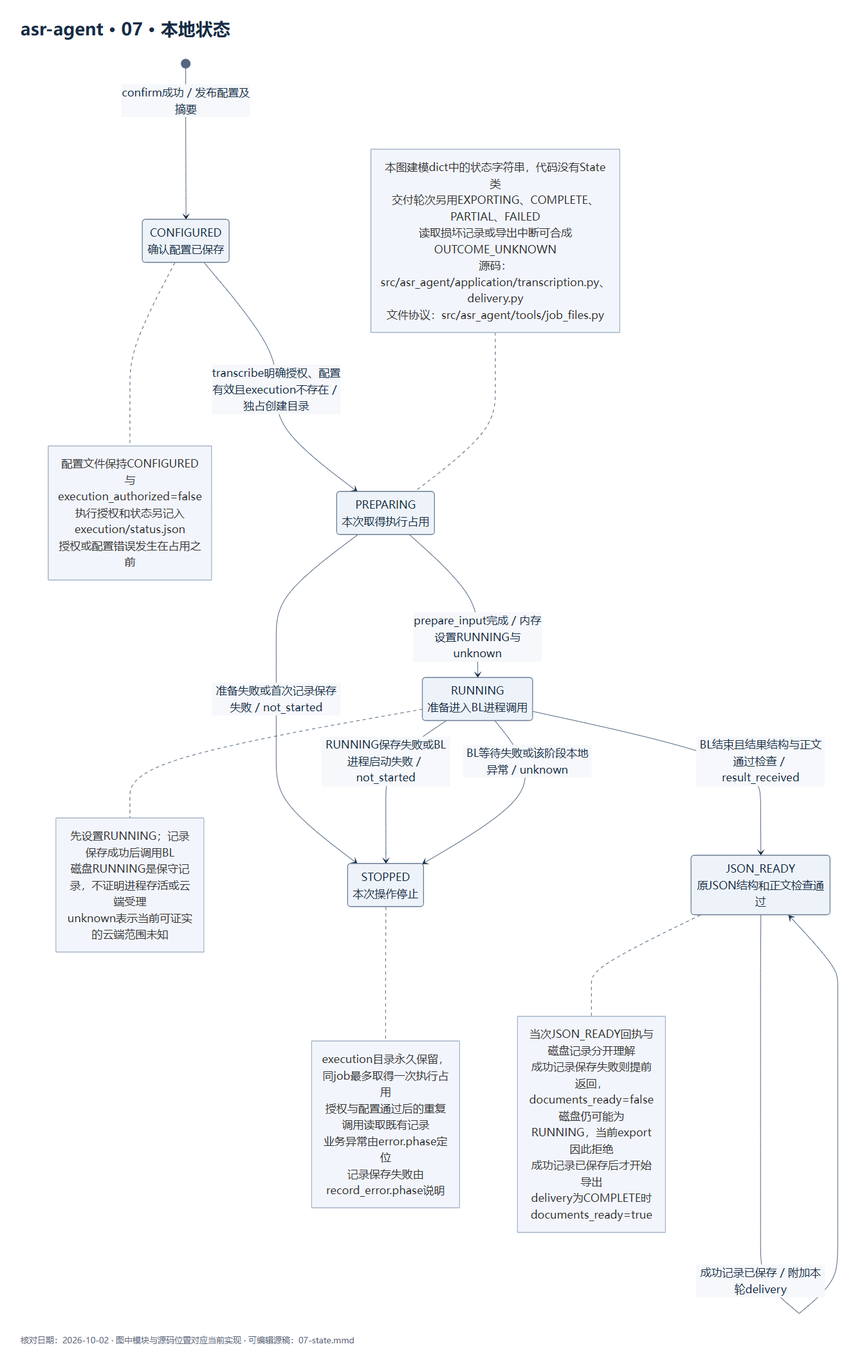
hx101700/asr-agent keeps this Mermaid diagram as doc/uml/07-state.png. Above is the earlier version. Its source is kept beside it as doc/uml/07-state.mmd. Its diagram source:
```mermaid
stateDiagram-v2
direction TB
state "CONFIGURED<br/>确认配置已保存" as Configured
state "PREPARING<br/>本次取得执行占用" as Preparing
state "RUNNING<br/>准备进入BL进程调用" as Running
state "STOPPED<br/>本次操作停止" as Stopped
state "JSON_READY<br/>原JSON结构和正文检查通过" as JsonReady
[*] --> Configured : confirm成功 / 发布配置及摘要
Configured --> Preparing : transcribe明确授权、配置有效且execution不存在 / 独占创建目录
Preparing --> Running : prepare_input完成 / 内存设置RUNNING与unknown
Preparing --> Stopped : 准备失败或首次记录保存失败 / not_started
Running --> Stopped : RUNNING保存失败或BL进程启动失败 / not_started
Running --> Stopped : BL等待失败或该阶段本地异常 / unknown
Running --> JsonReady : BL结束且结果结构与正文通过检查 / result_received
JsonReady --> JsonReady : 成功记录已保存 / 附加本轮delivery
note right of Configured
  配置文件保持CONFIGURED与execution_authorized=false
  执行授权和状态另记入execution/status.json
  授权或配置错误发生在占用之前
end note
note right of Running
  先设置RUNNING；记录保存成功后调用BL
  磁盘RUNNING是保守记录，不证明进程存活或云端受理
  unknown表示当前可证实的云端范围未知
end note
note right of Stopped
  execution目录永久保留，同job最多取得一次执行占用
  授权与配置通过后的重复调用读取既有记录
  业务异常由error.phase定位
  记录保存失败由record_error.phase说明
end note
note right of JsonReady
  当次JSON_READY回执与磁盘记录分开理解
  成功记录保存失败则提前返回，documents_ready=false
  磁盘仍可能为RUNNING，当前export因此拒绝
  成功记录已保存后才开始导出
  delivery为COMPLETE时documents_ready=true
end note
note left of Preparing
  本图建模dict中的状态字符串，代码没有State类
  交付轮次另用EXPORTING、COMPLETE、PARTIAL、FAILED
  读取损坏记录或导出中断可合成OUTCOME_UNKNOWN
  源码：src/asr_agent/application/transcription.py、delivery.py
  文件协议：src/asr_agent/tools/job_files.py
end note
```
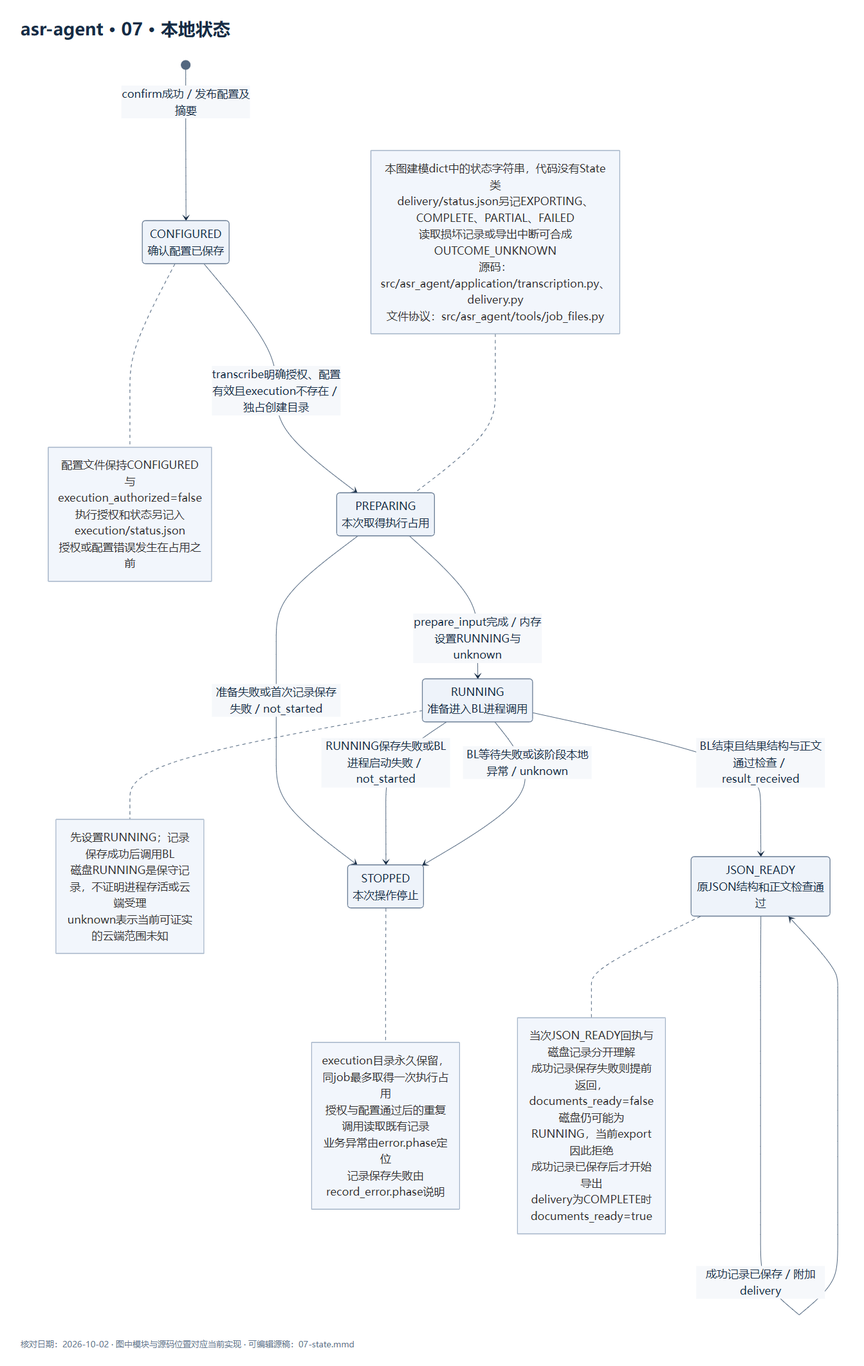
After the change.

The edit, as a diff of the source:
```diff
@@ -12,7 +12,7 @@
 Running --> Stopped : RUNNING保存失败或BL进程启动失败 / not_started
 Running --> Stopped : BL等待失败或该阶段本地异常 / unknown
 Running --> JsonReady : BL结束且结果结构与正文通过检查 / result_received
-JsonReady --> JsonReady : 成功记录已保存 / 附加本轮delivery
+JsonReady --> JsonReady : 成功记录已保存 / 附加delivery
 note right of Configured
   配置文件保持CONFIGURED与execution_authorized=false
   执行授权和状态另记入execution/status.json
@@ -38,7 +38,7 @@
 end note
 note left of Preparing
   本图建模dict中的状态字符串，代码没有State类
-  交付轮次另用EXPORTING、COMPLETE、PARTIAL、FAILED
+  delivery/status.json另记EXPORTING、COMPLETE、PARTIAL、FAILED
   读取损坏记录或导出中断可合成OUTCOME_UNKNOWN
   源码：src/asr_agent/application/transcription.py、delivery.py
   文件协议：src/asr_agent/tools/job_files.py
```
